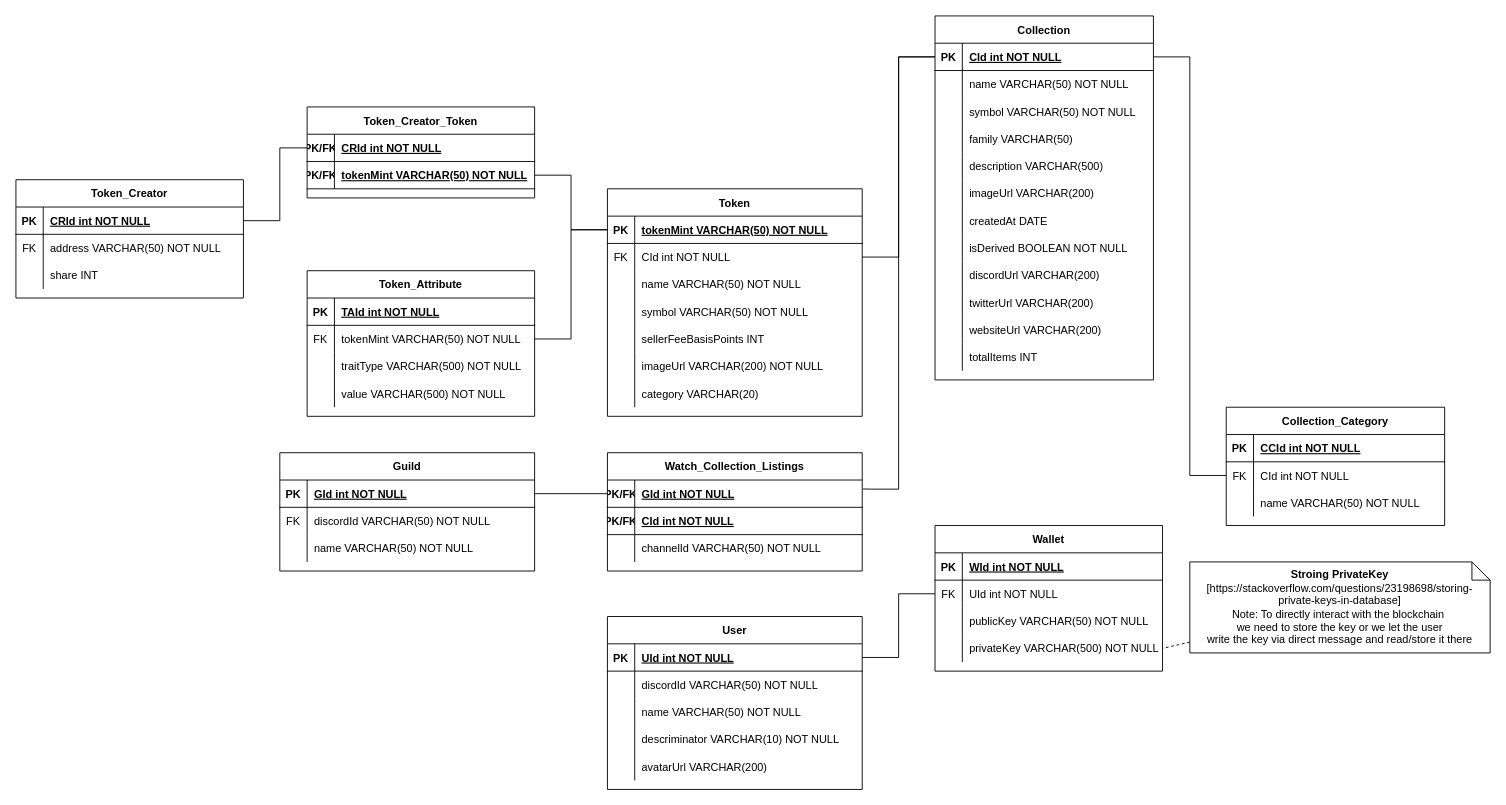
Before: static/er-diagram.drawio in bennobuilder/sollad, a draw.io diagram. Source tidied: cells renumbered, new cells numbered last; positions are measured from the earlier drawing's top-left corner, leaving out a move shared by most shapes. Both pictures are drawn from the tidied source at 91%, with x=0, y=0 at pixel (15, 15).
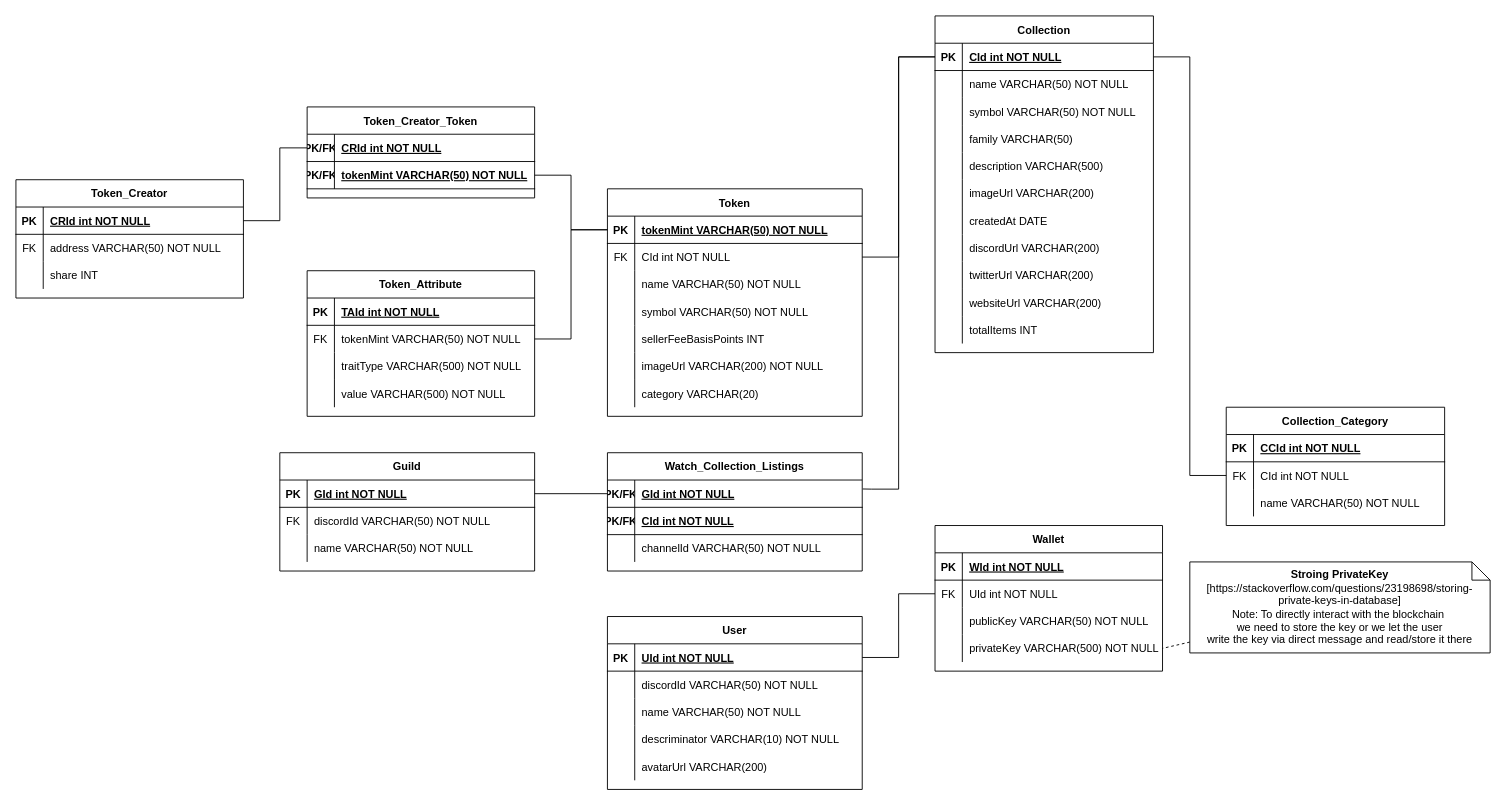
Above is the later version.

The edit, as a diff of the source:
```diff
@@
     <mxCell id="24" value="Collection" style="shape=table;startSize=30;childLayout=tableLayout;rowLines=0;fontStyle=1;align=center;" parent="1" vertex="1">
-      <mxGeometry x="1010" width="240" height="400" as="geometry" />
+      <mxGeometry x="1010" width="240" height="370" as="geometry" />
     </mxCell>
@@
-    <mxCell id="46" style="shape=tableRow;horizontal=0;startSize=0;swimlaneHead=0;swimlaneBody=0;fillColor=none;top=0;left=0;right=0;bottom=0;" parent="24" vertex="1">
-      <mxGeometry y="240" width="240" height="30" as="geometry" />
-    </mxCell>
-    <mxCell id="47" style="shape=partialRectangle;fillColor=none;top=0;left=0;bottom=0;right=0;overflow=hidden;" parent="46" vertex="1">
-      <mxGeometry width="30" height="30" as="geometry" />
-    </mxCell>
-    <mxCell id="48" value="isDerived BOOLEAN NOT NULL" style="shape=partialRectangle;fillColor=none;top=0;left=0;bottom=0;right=0;align=left;spacingLeft=6;overflow=hidden;" parent="46" vertex="1">
-      <mxGeometry x="30" width="210" height="30" as="geometry" />
-    </mxCell>
     <mxCell id="49" style="shape=tableRow;horizontal=0;startSize=0;swimlaneHead=0;swimlaneBody=0;fillColor=none;top=0;left=0;right=0;bottom=0;" parent="24" vertex="1">
-      <mxGeometry y="270" width="240" height="30" as="geometry" />
+      <mxGeometry y="240" width="240" height="30" as="geometry" />
     </mxCell>
@@
     <mxCell id="52" style="shape=tableRow;horizontal=0;startSize=0;swimlaneHead=0;swimlaneBody=0;fillColor=none;top=0;left=0;right=0;bottom=0;" parent="24" vertex="1">
-      <mxGeometry y="300" width="240" height="30" as="geometry" />
+      <mxGeometry y="270" width="240" height="30" as="geometry" />
     </mxCell>
@@
     <mxCell id="55" style="shape=tableRow;horizontal=0;startSize=0;swimlaneHead=0;swimlaneBody=0;fillColor=none;top=0;left=0;right=0;bottom=0;" parent="24" vertex="1">
-      <mxGeometry y="330" width="240" height="30" as="geometry" />
+      <mxGeometry y="300" width="240" height="30" as="geometry" />
     </mxCell>
@@
     <mxCell id="58" style="shape=tableRow;horizontal=0;startSize=0;swimlaneHead=0;swimlaneBody=0;fillColor=none;top=0;left=0;right=0;bottom=0;" parent="24" vertex="1">
-      <mxGeometry y="360" width="240" height="30" as="geometry" />
+      <mxGeometry y="330" width="240" height="30" as="geometry" />
     </mxCell>
```
